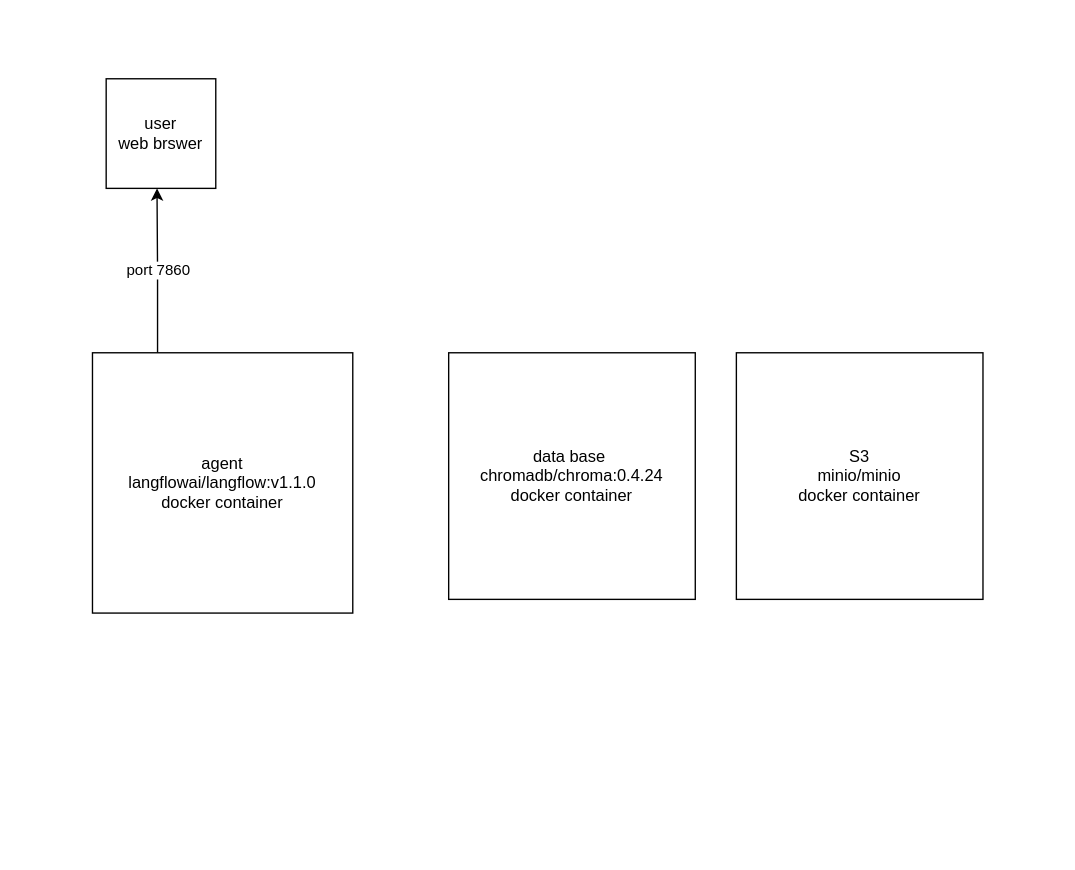
Earlier version of the draw.io diagram page "Page-1" (1 of 2) of project_map.drawio (chenlye/mrt-agent). Source tidied: cells renumbered, new cells numbered last; positions are measured from the earlier drawing's top-left corner, leaving out a move shared by most shapes. Both pictures are drawn from the tidied source at 137%, with x=0, y=0 at pixel (92, 78).
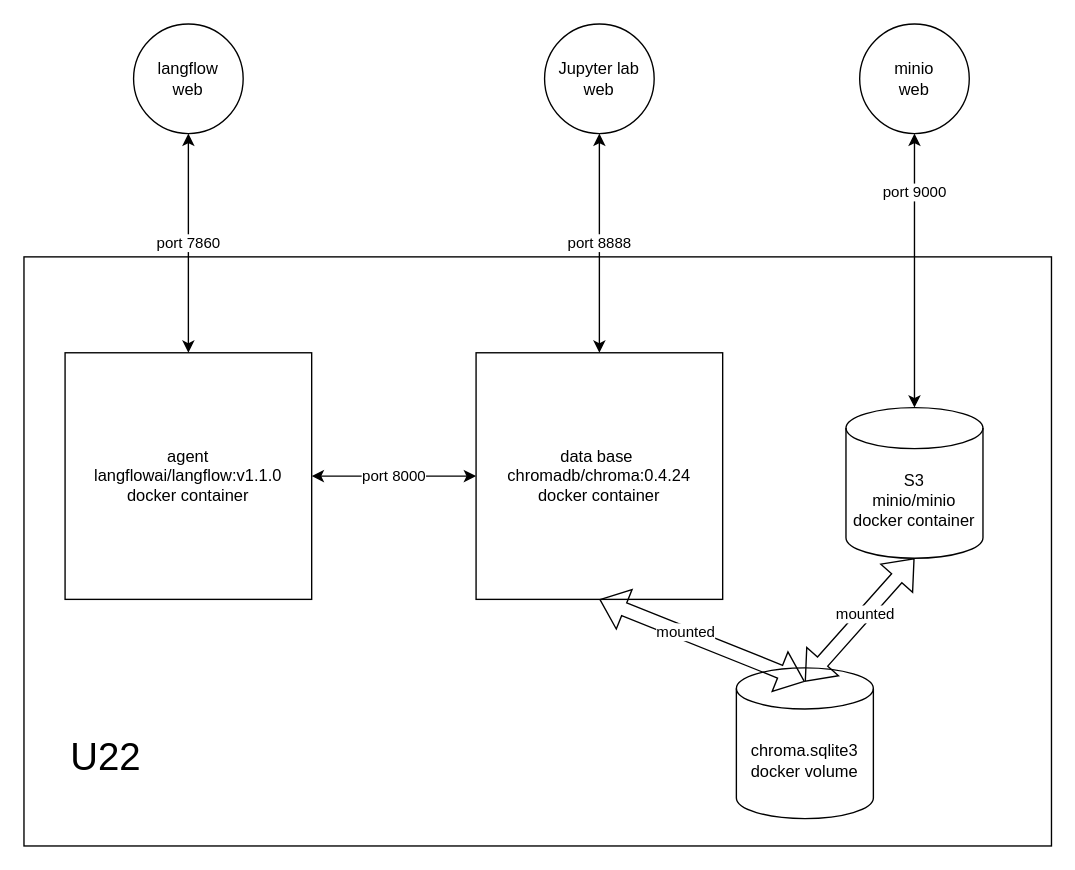
Above is the later version.

The edit, as a diff of the source:
```diff
@@
+    <mxCell id="7" style="rounded=0;whiteSpace=wrap;html=1;" parent="1" vertex="1">
+      <mxGeometry x="-50" y="130" width="750" height="430" as="geometry" />
+    </mxCell>
+    <mxCell id="8" style="edgeStyle=orthogonalEdgeStyle;rounded=0;orthogonalLoop=1;jettySize=auto;html=1;exitX=1;exitY=0.5;exitDx=0;exitDy=0;entryX=1;entryY=0.5;entryDx=0;entryDy=0;" parent="1" edge="1" source="3" target="3">
+      <mxGeometry relative="1" as="geometry" />
+    </mxCell>
+    <mxCell id="3" value="agent&lt;br&gt;langflowai/langflow:v1.1.0&lt;br&gt;&lt;div&gt;docker container&lt;/div&gt;" style="whiteSpace=wrap;html=1;" parent="1" vertex="1">
+      <mxGeometry x="-20" y="200" width="180" height="180" as="geometry" />
+    </mxCell>
+    <mxCell id="5" value="data base&amp;nbsp;&lt;div&gt;chromadb/chroma:0.4.24&lt;div&gt;docker container&lt;/div&gt;&lt;/div&gt;" style="whiteSpace=wrap;html=1;" parent="1" vertex="1">
+      <mxGeometry x="280" y="200" width="180" height="180" as="geometry" />
+    </mxCell>
+    <mxCell id="9" value="port 8000" style="endArrow=classic;startArrow=classic;html=1;rounded=0;exitX=1;exitY=0.5;exitDx=0;exitDy=0;entryX=0;entryY=0.5;entryDx=0;entryDy=0;" parent="1" edge="1" source="3" target="5">
+      <mxGeometry relative="1" as="geometry" />
+    </mxCell>
+    <mxCell id="6" value="S3&lt;div&gt;minio/minio&lt;/div&gt;&lt;div&gt;docker container&lt;/div&gt;" style="shape=cylinder3;whiteSpace=wrap;html=1;boundedLbl=1;backgroundOutline=1;size=15;" parent="1" vertex="1">
+      <mxGeometry x="550" y="240" width="100" height="110" as="geometry" />
+    </mxCell>
+    <mxCell id="10" value="chroma.sqlite3&lt;div&gt;docker volume&lt;/div&gt;" style="shape=cylinder3;whiteSpace=wrap;html=1;boundedLbl=1;backgroundOutline=1;size=15;" parent="1" vertex="1">
+      <mxGeometry x="470" y="430" width="100" height="110" as="geometry" />
+    </mxCell>
+    <mxCell id="11" style="shape=flexArrow;endArrow=classic;startArrow=classic;html=1;rounded=0;entryX=0.5;entryY=1;entryDx=0;entryDy=0;exitX=0.5;exitY=0.091;exitDx=0;exitDy=0;exitPerimeter=0;" parent="1" edge="1" source="10" target="5">
+      <mxGeometry relative="1" as="geometry" />
+    </mxCell>
+    <mxCell id="12" value="mounted" style="edgeLabel;html=1;align=center;verticalAlign=middle;" parent="11" vertex="1">
+      <mxGeometry x="0.17" y="-1" relative="1" as="geometry" />
+    </mxCell>
+    <mxCell id="13" style="shape=flexArrow;endArrow=classic;startArrow=classic;html=1;rounded=0;entryX=0.5;entryY=1;entryDx=0;entryDy=0;entryPerimeter=0;" parent="1" edge="1" target="6">
+      <mxGeometry relative="1" as="geometry">
+        <mxPoint x="520" y="440" as="sourcePoint" />
+      </mxGeometry>
+    </mxCell>
+    <mxCell id="14" value="mounted" style="edgeLabel;html=1;align=center;verticalAlign=middle;" parent="13" vertex="1">
+      <mxGeometry x="0.09" y="1" relative="1" as="geometry" />
+    </mxCell>
+    <mxCell id="15" value="langflow&lt;div&gt;web&lt;/div&gt;" style="ellipse;whiteSpace=wrap;html=1;" parent="1" vertex="1">
+      <mxGeometry x="30" y="-40" width="80" height="80" as="geometry" />
+    </mxCell>
+    <mxCell id="16" value="Jupyter lab&lt;div&gt;web&lt;/div&gt;" style="ellipse;whiteSpace=wrap;html=1;" parent="1" vertex="1">
+      <mxGeometry x="330" y="-40" width="80" height="80" as="geometry" />
+    </mxCell>
+    <mxCell id="17" value="port 8888" style="endArrow=classic;startArrow=classic;html=1;rounded=0;entryX=0.5;entryY=1;entryDx=0;entryDy=0;exitX=0.5;exitY=0;exitDx=0;exitDy=0;" parent="1" edge="1" source="5" target="16">
+      <mxGeometry relative="1" as="geometry" />
+    </mxCell>
+    <mxCell id="18" value="&lt;font style=&quot;font-size: 28px;&quot;&gt;U22&lt;/font&gt;" style="text;html=1;align=center;verticalAlign=middle;whiteSpace=wrap;rounded=0;" parent="1" vertex="1">
+      <mxGeometry x="-20" y="480" width="60" height="30" as="geometry" />
+    </mxCell>
-    <mxCell id="2" value="port 7860" style="edgeStyle=orthogonalEdgeStyle;rounded=0;jettySize=auto;html=1;exitX=0.25;exitY=0;exitDx=0;exitDy=0;" parent="1" edge="1" source="3">
-      <mxGeometry relative="1" as="geometry">
-        <mxPoint x="47.1" y="80" as="targetPoint" />
-      </mxGeometry>
+    <mxCell id="2" value="port 7860" style="endArrow=classic;startArrow=classic;html=1;rounded=0;entryX=0.5;entryY=1;entryDx=0;entryDy=0;" parent="1" edge="1" source="3" target="15">
+      <mxGeometry relative="1" as="geometry" />
     </mxCell>
-    <mxCell id="3" value="agent&lt;br&gt;langflowai/langflow:v1.1.0&lt;br&gt;&lt;div&gt;docker container&lt;/div&gt;" style="whiteSpace=wrap;html=1;" parent="1" vertex="1">
-      <mxGeometry y="200" width="190" height="190" as="geometry" />
-    </mxCell>
-    <mxCell id="4" value="&lt;div&gt;user&lt;/div&gt;web brswer" style="whiteSpace=wrap;html=1;" parent="1" vertex="1">
-      <mxGeometry x="10" width="80" height="80" as="geometry" />
-    </mxCell>
-    <mxCell id="5" value="data base&amp;nbsp;&lt;div&gt;chromadb/chroma:0.4.24&lt;div&gt;docker container&lt;/div&gt;&lt;/div&gt;" style="whiteSpace=wrap;html=1;" parent="1" vertex="1">
-      <mxGeometry x="260" y="200" width="180" height="180" as="geometry" />
-    </mxCell>
-    <mxCell id="6" value="S3&lt;div&gt;minio/minio&lt;/div&gt;&lt;div&gt;docker container&lt;/div&gt;" style="whiteSpace=wrap;html=1;" parent="1" vertex="1">
-      <mxGeometry x="470" y="200" width="180" height="180" as="geometry" />
-    </mxCell>
+    <mxCell id="19" value="minio&lt;div&gt;web&lt;/div&gt;" style="ellipse;whiteSpace=wrap;html=1;" parent="1" vertex="1">
+      <mxGeometry x="560" y="-40" width="80" height="80" as="geometry" />
+    </mxCell>
+    <mxCell id="20" style="endArrow=classic;startArrow=classic;html=1;rounded=0;entryX=0.5;entryY=1;entryDx=0;entryDy=0;" parent="1" edge="1" source="6" target="19">
+      <mxGeometry relative="1" as="geometry" />
+    </mxCell>
+    <mxCell id="21" value="port 9000" style="edgeLabel;html=1;align=center;verticalAlign=middle;" parent="20" vertex="1">
+      <mxGeometry x="0.58" y="1" relative="1" as="geometry" />
+    </mxCell>
```
